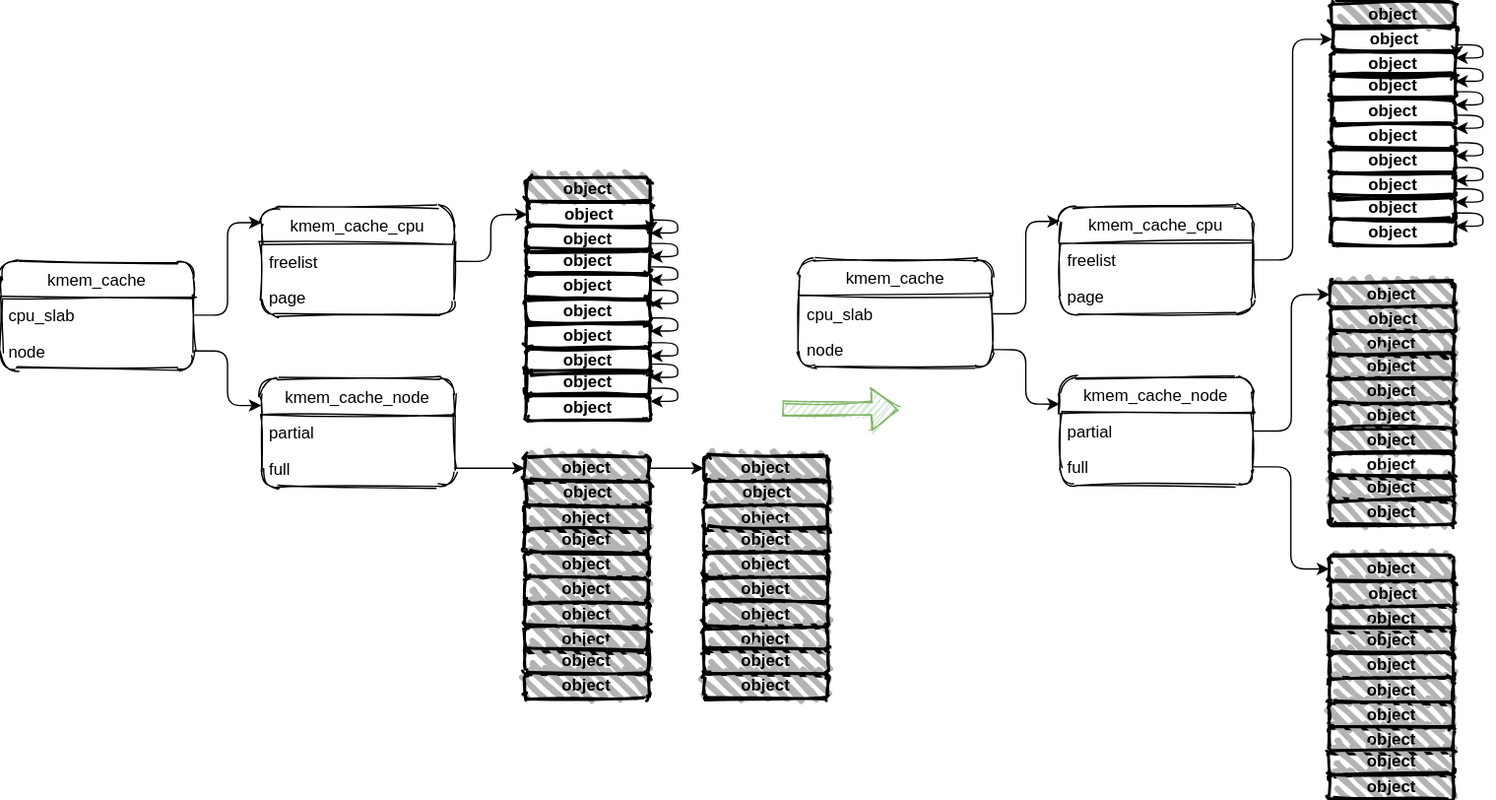
The draw.io diagram linux-2.x/slub/pic/free_node_full.svg in vernon2gh/note, before a commit. Source tidied: cells renumbered, new cells last; positions are measured from the earlier drawing's top-left corner, leaving out a move shared by most shapes.
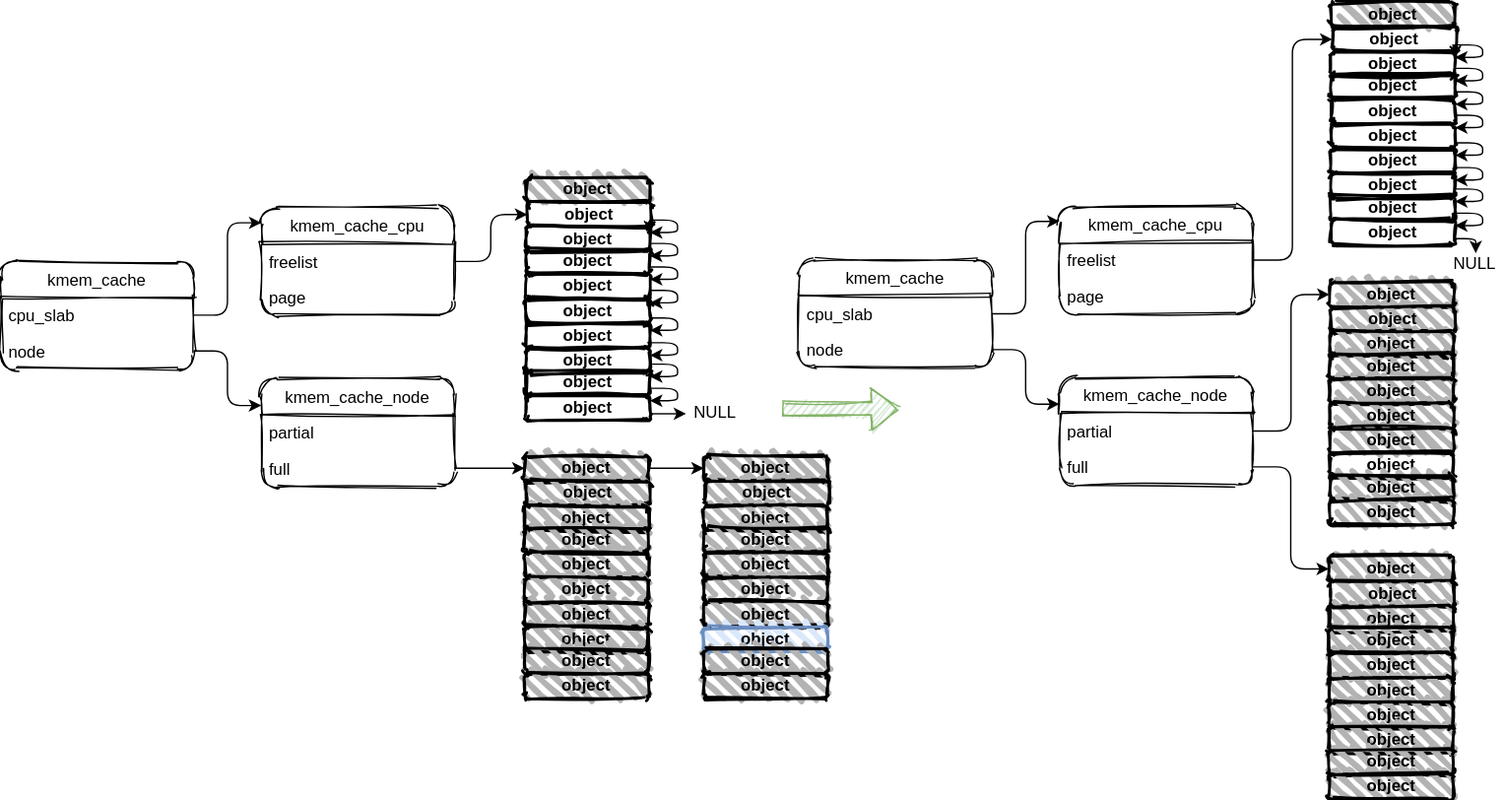
After the change.

Commit message:
Fixed: slub alloc object

Change to the diagram source:
```diff
@@ -86,7 +86,7 @@
     <mxCell id="29" value="&lt;span&gt;&lt;b&gt;object&lt;/b&gt;&lt;/span&gt;" style="rounded=1;whiteSpace=wrap;html=1;strokeWidth=2;fillWeight=4;hachureGap=8;hachureAngle=45;sketch=1;glass=0;shadow=0;fillColor=#B3B3B3;" parent="1" vertex="1">
       <mxGeometry x="510" y="435" width="90" height="18" as="geometry" />
     </mxCell>
-    <mxCell id="30" value="&lt;span&gt;&lt;b&gt;object&lt;/b&gt;&lt;/span&gt;" style="rounded=1;whiteSpace=wrap;html=1;strokeWidth=2;fillWeight=4;hachureGap=8;hachureAngle=45;sketch=1;glass=0;shadow=0;fillColor=#B3B3B3;" parent="1" vertex="1">
+    <mxCell id="30" value="&lt;span&gt;&lt;b&gt;object&lt;/b&gt;&lt;/span&gt;" style="rounded=1;whiteSpace=wrap;html=1;strokeWidth=2;fillWeight=4;hachureGap=8;hachureAngle=45;sketch=1;glass=0;shadow=0;fillColor=#dae8fc;strokeColor=#6c8ebf;" parent="1" vertex="1">
       <mxGeometry x="510" y="453" width="90" height="18" as="geometry" />
     </mxCell>
     <mxCell id="31" value="&lt;span&gt;&lt;b&gt;object&lt;/b&gt;&lt;/span&gt;" style="rounded=1;whiteSpace=wrap;html=1;strokeWidth=2;fillWeight=4;hachureGap=8;hachureAngle=45;sketch=1;glass=0;shadow=0;fillColor=#B3B3B3;" parent="1" vertex="1">
@@ -131,6 +131,9 @@
     <mxCell id="44" value="&lt;span&gt;&lt;b&gt;object&lt;/b&gt;&lt;/span&gt;" style="rounded=1;whiteSpace=wrap;html=1;strokeWidth=2;fillWeight=4;hachureGap=8;hachureAngle=45;sketch=1;glass=0;shadow=0;fillColor=none;" parent="1" vertex="1">
       <mxGeometry x="381" y="267" width="90" height="18" as="geometry" />
     </mxCell>
+    <mxCell id="109" style="edgeStyle=orthogonalEdgeStyle;rounded=1;jettySize=auto;html=1;exitX=1;exitY=0.75;exitDx=0;exitDy=0;entryX=0.004;entryY=0.547;entryDx=0;entryDy=0;entryPerimeter=0;" parent="1" edge="1" source="45" target="111">
+      <mxGeometry relative="1" as="geometry" />
+    </mxCell>
     <mxCell id="45" value="&lt;span&gt;&lt;b&gt;object&lt;/b&gt;&lt;/span&gt;" style="rounded=1;whiteSpace=wrap;html=1;strokeWidth=2;fillWeight=4;hachureGap=8;hachureAngle=45;sketch=1;glass=0;shadow=0;fillColor=none;" parent="1" vertex="1">
       <mxGeometry x="381" y="285" width="90" height="18" as="geometry" />
     </mxCell>
@@ -357,6 +360,9 @@
     <mxCell id="97" value="&lt;span&gt;&lt;b&gt;object&lt;/b&gt;&lt;/span&gt;" style="rounded=1;whiteSpace=wrap;html=1;strokeWidth=2;fillWeight=4;hachureGap=8;hachureAngle=45;sketch=1;glass=0;shadow=0;fillColor=none;" parent="1" vertex="1">
       <mxGeometry x="965" y="140" width="90" height="18" as="geometry" />
     </mxCell>
+    <mxCell id="110" style="edgeStyle=orthogonalEdgeStyle;rounded=1;jettySize=auto;html=1;exitX=1;exitY=0.75;exitDx=0;exitDy=0;entryX=0.524;entryY=0.105;entryDx=0;entryDy=0;entryPerimeter=0;" parent="1" edge="1" source="98" target="112">
+      <mxGeometry relative="1" as="geometry" />
+    </mxCell>
     <mxCell id="98" value="&lt;span&gt;&lt;b&gt;object&lt;/b&gt;&lt;/span&gt;" style="rounded=1;whiteSpace=wrap;html=1;strokeWidth=2;fillWeight=4;hachureGap=8;hachureAngle=45;sketch=1;glass=0;shadow=0;fillColor=none;" parent="1" vertex="1">
       <mxGeometry x="965" y="158" width="90" height="18" as="geometry" />
     </mxCell>
@@ -454,5 +460,11 @@
     <mxCell id="108" style="edgeStyle=orthogonalEdgeStyle;rounded=1;jettySize=auto;html=1;exitX=1;exitY=0.5;exitDx=0;exitDy=0;entryX=0;entryY=0.5;entryDx=0;entryDy=0;fontFamily=Helvetica;fontColor=none;shadow=0;" parent="1" edge="1" source="63" target="76">
       <mxGeometry relative="1" as="geometry" />
     </mxCell>
+    <mxCell id="111" value="NULL" style="text;html=1;align=center;verticalAlign=middle;points=[];" parent="1" vertex="1">
+      <mxGeometry x="497" y="288" width="42" height="19" as="geometry" />
+    </mxCell>
+    <mxCell id="112" value="NULL" style="text;html=1;align=center;verticalAlign=middle;points=[];" parent="1" vertex="1">
+      <mxGeometry x="1048" y="180" width="42" height="19" as="geometry" />
+    </mxCell>
   </root>
 </mxGraphModel>
```
